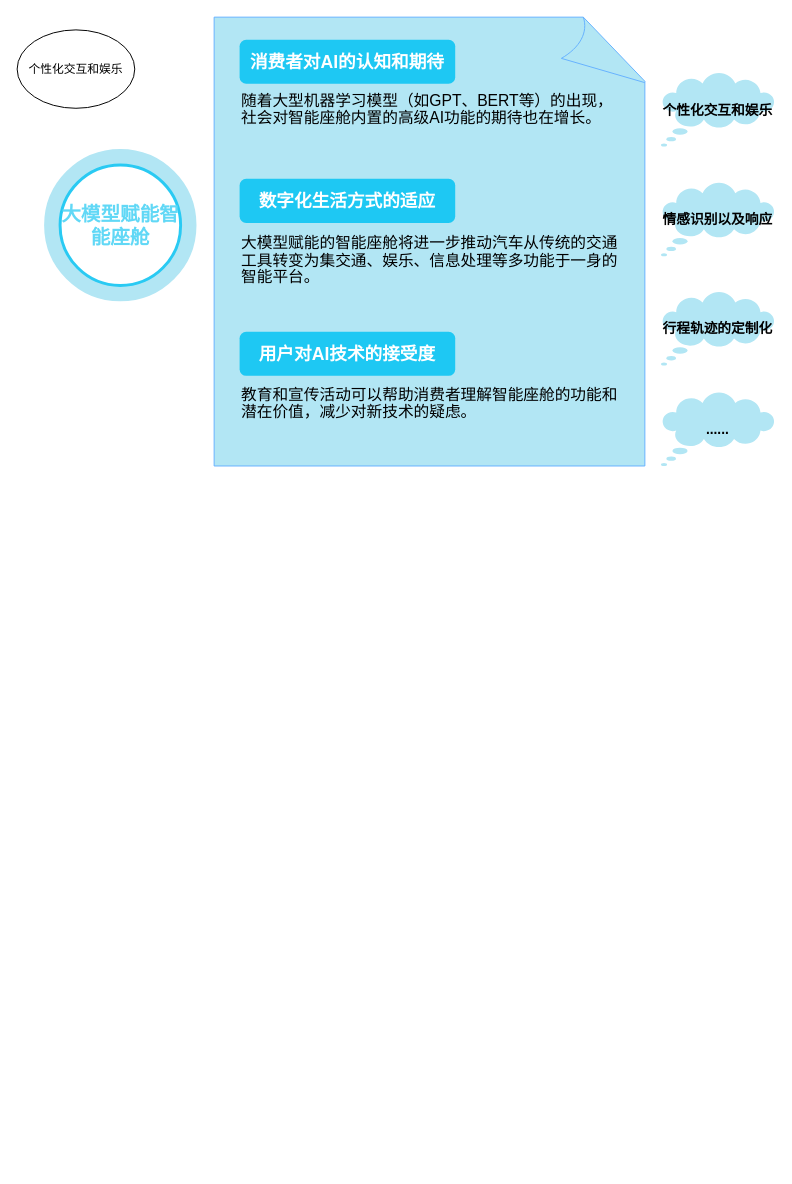
Before: 战略规划.drawio in GPlaying/brain_map, a draw.io diagram. Source tidied: cells renumbered, new cells numbered last; positions are measured from the earlier drawing's top-left corner, leaving out a move shared by most shapes. Both pictures are drawn from the tidied source at 98%, with x=0, y=0 at pixel (17, 17).
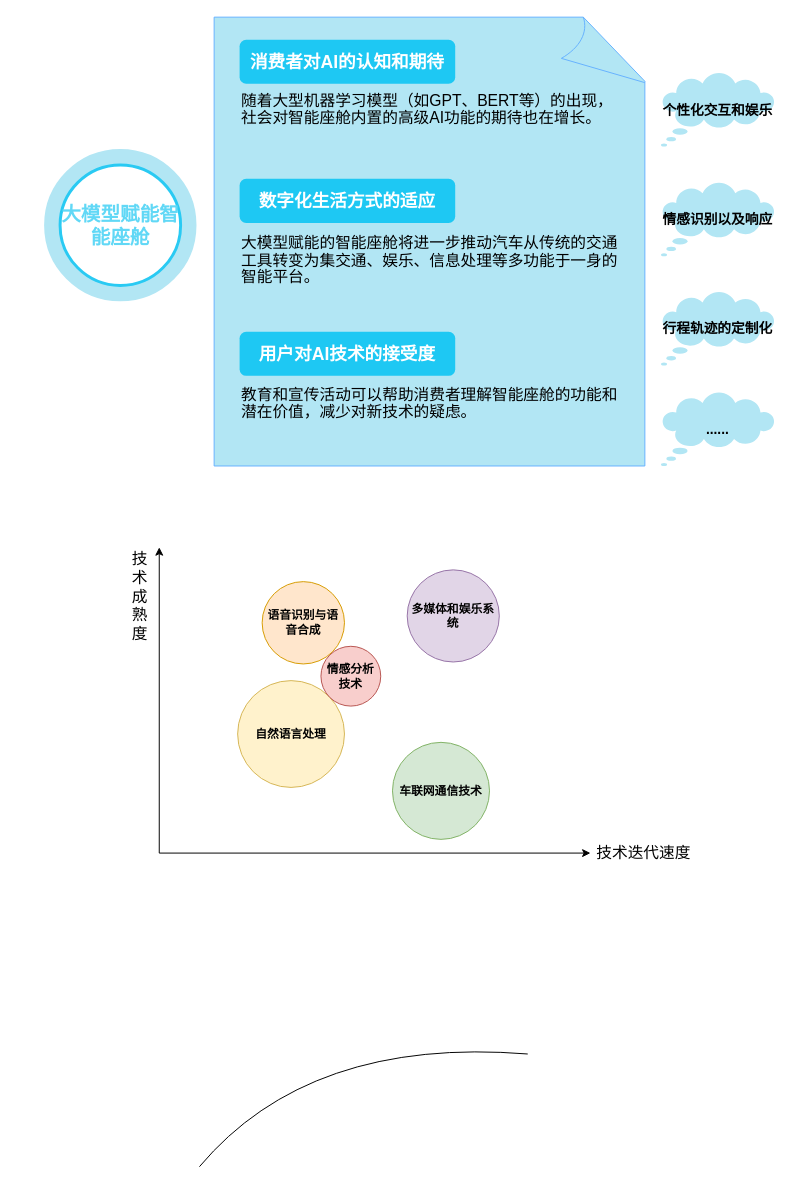
Above is the later version.

Commit message:
更新战略规划.drawio

Diff of the diagram source:
```diff
@@
-    <mxCell id="13" value="个性化交互和娱乐" style="ellipse;whiteSpace=wrap;html=1;" parent="1" vertex="1">
-      <mxGeometry y="13" width="120" height="80" as="geometry" />
-    </mxCell>
@@
+    <mxCell id="17" value="自然语言处理" style="ellipse;whiteSpace=wrap;html=1;fillColor=#fff2cc;strokeColor=#d6b656;fontColor=#000000;fontStyle=1;" parent="1" vertex="1">
+      <mxGeometry x="225" y="677" width="109" height="109" as="geometry" />
+    </mxCell>
+    <mxCell id="18" value="语音识别与语音合成" style="ellipse;whiteSpace=wrap;html=1;fillColor=#ffe6cc;strokeColor=#d79b00;fontColor=#000000;fontStyle=1;" parent="1" vertex="1">
+      <mxGeometry x="250" y="576" width="84" height="84" as="geometry" />
+    </mxCell>
+    <mxCell id="19" value="情感分析技术" style="ellipse;whiteSpace=wrap;html=1;fillColor=#f8cecc;strokeColor=#b85450;fontColor=#000000;fontStyle=1;" parent="1" vertex="1">
+      <mxGeometry x="310" y="642" width="61" height="61" as="geometry" />
+    </mxCell>
+    <mxCell id="20" value="车联网通信技术" style="ellipse;whiteSpace=wrap;html=1;fillColor=#d5e8d4;strokeColor=#82b366;fontColor=#000000;fontStyle=1;" parent="1" vertex="1">
+      <mxGeometry x="383" y="740" width="99" height="99" as="geometry" />
+    </mxCell>
+    <mxCell id="21" value="多媒体和娱乐系统" style="ellipse;whiteSpace=wrap;html=1;fillColor=#e1d5e7;strokeColor=#9673a6;fontColor=#000000;fontStyle=1;" parent="1" vertex="1">
+      <mxGeometry x="398" y="564" width="94" height="94" as="geometry" />
+    </mxCell>
+    <mxCell id="22" style="group;" parent="1" vertex="1">
+      <mxGeometry x="115" y="541" width="579" height="327" as="geometry" />
+    </mxCell>
+    <mxCell id="23" style="endArrow=classic;html=1;rounded=0;" parent="22" edge="1" target="25">
+      <mxGeometry relative="1" as="geometry">
+        <mxPoint x="30" y="312" as="sourcePoint" />
+      </mxGeometry>
+    </mxCell>
+    <mxCell id="24" style="endArrow=classic;html=1;rounded=0;" parent="22" edge="1">
+      <mxGeometry relative="1" as="geometry">
+        <mxPoint x="30" y="312" as="sourcePoint" />
+        <mxPoint x="30" as="targetPoint" />
+      </mxGeometry>
+    </mxCell>
+    <mxCell id="25" value="&lt;font style=&quot;font-size: 16px;&quot; face=&quot;宋体&quot;&gt;技术迭代速度&lt;/font&gt;" style="text;html=1;strokeColor=none;fillColor=none;align=center;verticalAlign=middle;whiteSpace=wrap;rounded=0;" parent="22" vertex="1">
+      <mxGeometry x="470" y="297" width="109" height="30" as="geometry" />
+    </mxCell>
+    <mxCell id="26" value="&lt;font style=&quot;font-size: 16px;&quot; face=&quot;宋体&quot;&gt;技术成熟度&lt;/font&gt;" style="text;html=1;strokeColor=none;fillColor=none;align=center;verticalAlign=middle;whiteSpace=wrap;rounded=0;" parent="22" vertex="1">
+      <mxGeometry y="9" width="21" height="82" as="geometry" />
+    </mxCell>
+    <mxCell id="27" style="curved=1;endArrow=none;html=1;rounded=0;endFill=0;" parent="1" edge="1">
+      <mxGeometry relative="1" as="geometry">
+        <mxPoint x="186" y="1173" as="sourcePoint" />
+        <mxPoint x="521" y="1058" as="targetPoint" />
+        <Array as="points">
+          <mxPoint x="298" y="1040" />
+        </Array>
+      </mxGeometry>
+    </mxCell>
```
